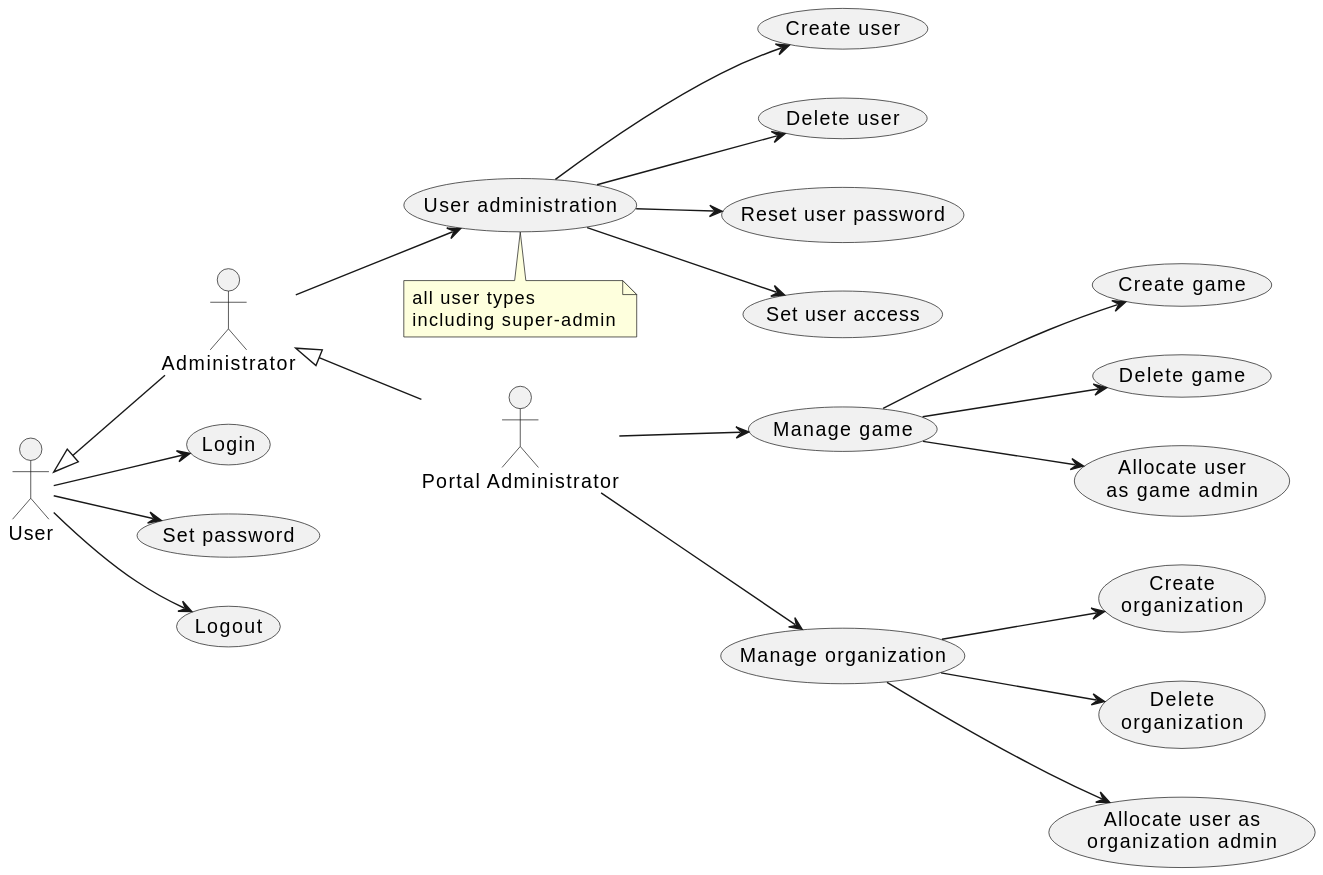
Above: doc/2-use-cases/diagrams/portal-administration.svg in averbraeck/gscg-design (PlantUML), before the change. Source of this version:
```plantuml
@startuml
left to right direction

"Portal Administrator" as PA
User <|-- Administrator
Administrator <|-- PA

User --> (Login)
User --> (Set password)
User --> (Logout)

Administrator --> (User administration)
note bottom
  all user types
  including super-admin
end note

(User administration) --> (Create user)
(User administration) --> (Delete user)
(User administration) --> (Reset user password)
(User administration) --> (Set user access)

PA --> (Manage game)
(Manage game) --> (Create game)
(Manage game) --> (Delete game)
(Manage game) --> (Allocate user\nas game admin)

PA --> (Manage organization)
(Manage organization) --> (Create\norganization)
(Manage organization) --> (Delete\norganization)
(Manage organization) --> (Allocate user as\norganization admin)
@enduml
```
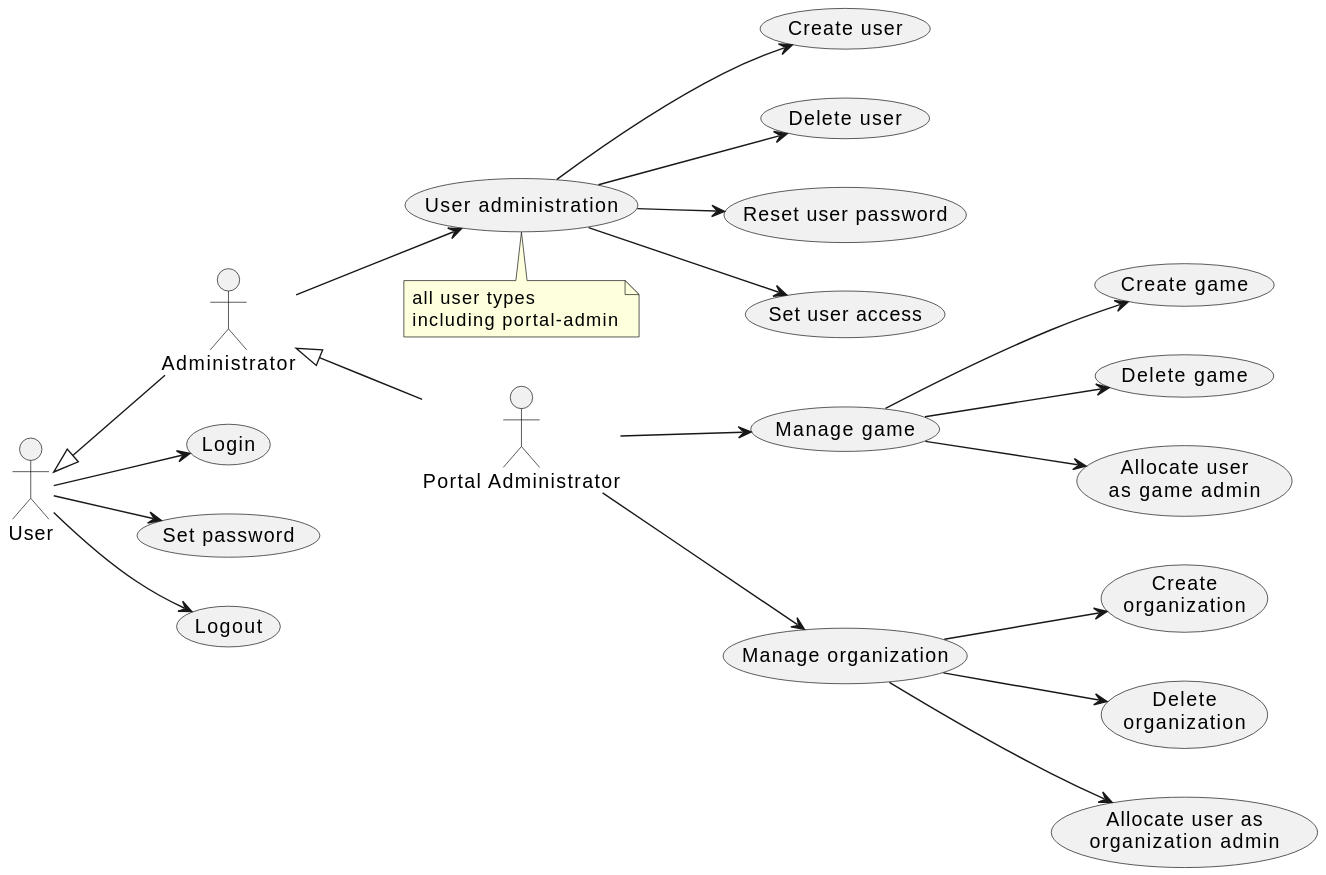
After the commit.

Change to the diagram source:
```diff
@@ -12,7 +12,7 @@
 Administrator --> (User administration)
 note bottom
   all user types
-  including super-admin
+  including portal-admin
 end note
 
 (User administration) --> (Create user)
```
